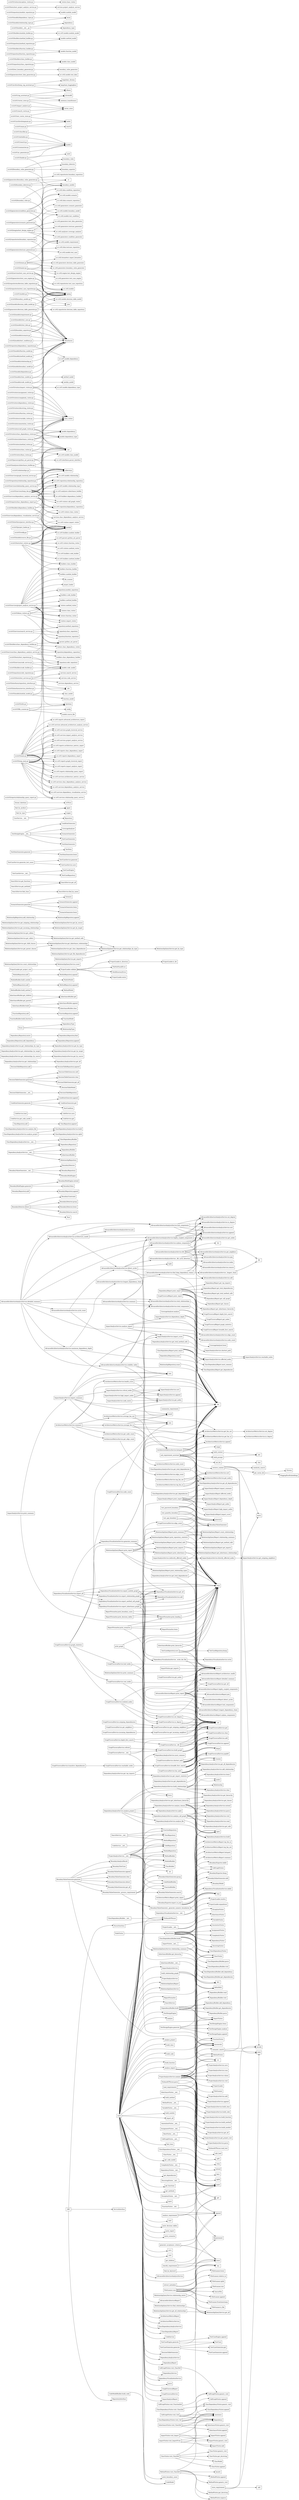
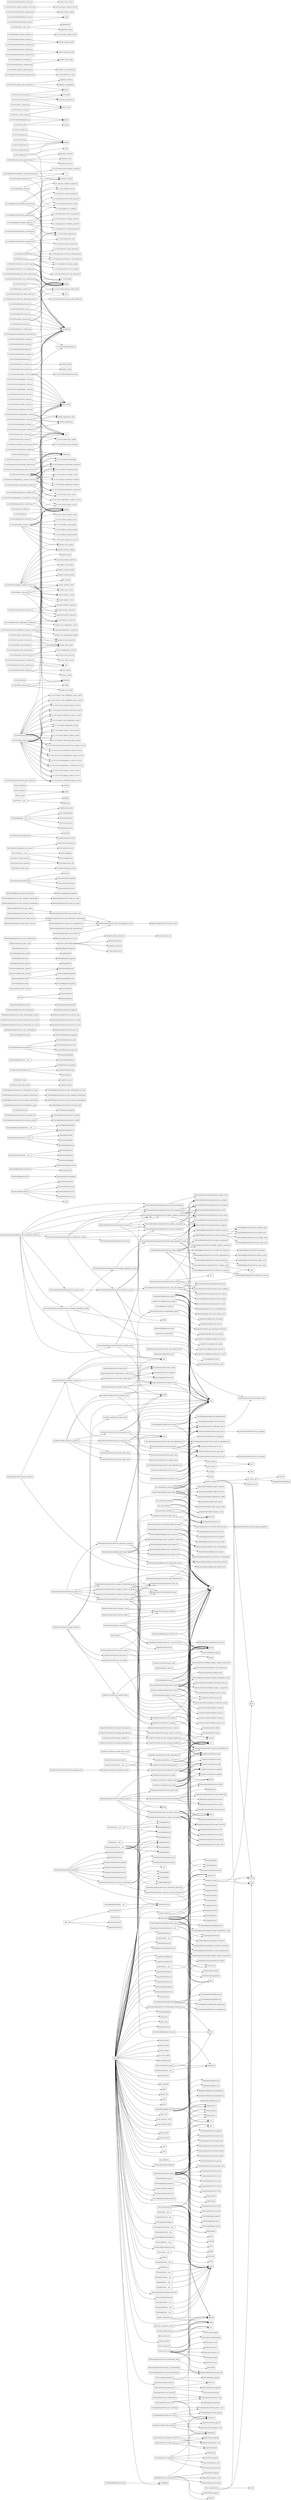
digraph "Relationship Graph" {
    rankdir=LR;
    node [shape=box];

    "ABC" -> "ParserInterface";
    "ABC" -> "RepositoryInterface";
    "ABC" -> "ServiceInterface";
    "AdvancedArchitectureAnalysisService._dfs_cycle_detection" -> "AdvancedArchitectureAnalysisService.add";
    "AdvancedArchitectureAnalysisService._dfs_cycle_detection" -> "AdvancedArchitectureAnalysisService.append";
    "AdvancedArchitectureAnalysisService._dfs_cycle_detection" -> "AdvancedArchitectureAnalysisService.get_neighbors";
    "AdvancedArchitectureAnalysisService._dfs_cycle_detection" -> "AdvancedArchitectureAnalysisService.index";
    "AdvancedArchitectureAnalysisService._dfs_cycle_detection" -> "AdvancedArchitectureAnalysisService.pop";
    "AdvancedArchitectureAnalysisService._dfs_cycle_detection" -> "AdvancedArchitectureAnalysisService.remove";
    "AdvancedArchitectureAnalysisService._longest_chain" -> "dfs";
    "AdvancedArchitectureAnalysisService.architecture_smells" -> "AdvancedArchitectureAnalysisService.append";
    "AdvancedArchitectureAnalysisService.architecture_smells" -> "AdvancedArchitectureAnalysisService.detect_cycles";
    "AdvancedArchitectureAnalysisService.architecture_smells" -> "AdvancedArchitectureAnalysisService.highly_coupled_components";
    "AdvancedArchitectureAnalysisService.architecture_smells" -> "AdvancedArchitectureAnalysisService.hub_components";
    "AdvancedArchitectureAnalysisService.architecture_smells" -> "AdvancedArchitectureAnalysisService.join";
    "AdvancedArchitectureAnalysisService.cycle_count" -> "AdvancedArchitectureAnalysisService.detect_cycles";
    "AdvancedArchitectureAnalysisService.cycle_count" -> "len";
    "AdvancedArchitectureAnalysisService.detailed_summary" -> "AdvancedArchitectureAnalysisService.architecture_smells";
    "AdvancedArchitectureAnalysisService.detailed_summary" -> "AdvancedArchitectureAnalysisService.cycle_count";
    "AdvancedArchitectureAnalysisService.detailed_summary" -> "AdvancedArchitectureAnalysisService.highly_coupled_components";
    "AdvancedArchitectureAnalysisService.detailed_summary" -> "AdvancedArchitectureAnalysisService.hub_components";
    "AdvancedArchitectureAnalysisService.detailed_summary" -> "AdvancedArchitectureAnalysisService.maximum_dependency_depth";
    "AdvancedArchitectureAnalysisService.detailed_summary" -> "AdvancedArchitectureAnalysisService.orphan_components";
    "AdvancedArchitectureAnalysisService.detailed_summary" -> "AdvancedArchitectureAnalysisService.stability_index";
    "AdvancedArchitectureAnalysisService.detailed_summary" -> "AdvancedArchitectureAnalysisService.total_components";
    "AdvancedArchitectureAnalysisService.detailed_summary" -> "AdvancedArchitectureAnalysisService.total_relationships";
    "AdvancedArchitectureAnalysisService.detailed_summary" -> "len";
    "AdvancedArchitectureAnalysisService.detect_cycles" -> "AdvancedArchitectureAnalysisService._dfs_cycle_detection";
    "AdvancedArchitectureAnalysisService.detect_cycles" -> "AdvancedArchitectureAnalysisService.add";
    "AdvancedArchitectureAnalysisService.detect_cycles" -> "AdvancedArchitectureAnalysisService.append";
    "AdvancedArchitectureAnalysisService.detect_cycles" -> "AdvancedArchitectureAnalysisService.get_nodes";
    "AdvancedArchitectureAnalysisService.detect_cycles" -> "set";
    "AdvancedArchitectureAnalysisService.detect_cycles" -> "sorted";
    "AdvancedArchitectureAnalysisService.detect_cycles" -> "tuple";
    "AdvancedArchitectureAnalysisService.dfs" -> "AdvancedArchitectureAnalysisService.append";
    "AdvancedArchitectureAnalysisService.dfs" -> "AdvancedArchitectureAnalysisService.get_neighbors";
    "AdvancedArchitectureAnalysisService.dfs" -> "AdvancedArchitectureAnalysisService.pop";
    "AdvancedArchitectureAnalysisService.dfs" -> "dfs";
    "AdvancedArchitectureAnalysisService.dfs" -> "len";
    "AdvancedArchitectureAnalysisService.dfs" -> "list";
    "AdvancedArchitectureAnalysisService.find_deep_dependency_chains" -> "AdvancedArchitectureAnalysisService._longest_chain";
    "AdvancedArchitectureAnalysisService.find_deep_dependency_chains" -> "AdvancedArchitectureAnalysisService.append";
    "AdvancedArchitectureAnalysisService.find_deep_dependency_chains" -> "AdvancedArchitectureAnalysisService.get_nodes";
    "AdvancedArchitectureAnalysisService.find_deep_dependency_chains" -> "AdvancedArchitectureAnalysisService.sort";
    "AdvancedArchitectureAnalysisService.find_deep_dependency_chains" -> "len";
    "AdvancedArchitectureAnalysisService.highly_coupled_components" -> "AdvancedArchitectureAnalysisService.append";
    "AdvancedArchitectureAnalysisService.highly_coupled_components" -> "AdvancedArchitectureAnalysisService.get_nodes";
    "AdvancedArchitectureAnalysisService.highly_coupled_components" -> "AdvancedArchitectureAnalysisService.in_degree";
    "AdvancedArchitectureAnalysisService.highly_coupled_components" -> "AdvancedArchitectureAnalysisService.out_degree";
    "AdvancedArchitectureAnalysisService.highly_coupled_components" -> "AdvancedArchitectureAnalysisService.sort";
    "AdvancedArchitectureAnalysisService.hub_components" -> "AdvancedArchitectureAnalysisService.append";
    "AdvancedArchitectureAnalysisService.hub_components" -> "AdvancedArchitectureAnalysisService.get_nodes";
    "AdvancedArchitectureAnalysisService.hub_components" -> "AdvancedArchitectureAnalysisService.in_degree";
    "AdvancedArchitectureAnalysisService.hub_components" -> "AdvancedArchitectureAnalysisService.out_degree";
    "AdvancedArchitectureAnalysisService.hub_components" -> "AdvancedArchitectureAnalysisService.sort";
    "AdvancedArchitectureAnalysisService.longest_dependency_chain" -> "AdvancedArchitectureAnalysisService.find_deep_dependency_chains";
    "AdvancedArchitectureAnalysisService.maximum_dependency_depth" -> "AdvancedArchitectureAnalysisService.longest_dependency_chain";
    "AdvancedArchitectureAnalysisService.maximum_dependency_depth" -> "len";
    "AdvancedArchitectureAnalysisService.maximum_dependency_depth" -> "max";
    "AdvancedArchitectureAnalysisService.orphan_components" -> "AdvancedArchitectureAnalysisService.append";
    "AdvancedArchitectureAnalysisService.orphan_components" -> "AdvancedArchitectureAnalysisService.get_nodes";
    "AdvancedArchitectureAnalysisService.orphan_components" -> "AdvancedArchitectureAnalysisService.in_degree";
    "AdvancedArchitectureAnalysisService.orphan_components" -> "AdvancedArchitectureAnalysisService.out_degree";
    "AdvancedArchitectureAnalysisService.orphan_components" -> "sorted";
    "AdvancedArchitectureAnalysisService.stability_index" -> "AdvancedArchitectureAnalysisService.highly_coupled_components";
    "AdvancedArchitectureAnalysisService.stability_index" -> "AdvancedArchitectureAnalysisService.total_components";
    "AdvancedArchitectureAnalysisService.stability_index" -> "len";
    "AdvancedArchitectureAnalysisService.stability_index" -> "max";
    "AdvancedArchitectureAnalysisService.stability_index" -> "round";
    "AdvancedArchitectureAnalysisService.summary" -> "AdvancedArchitectureAnalysisService.highly_coupled_components";
    "AdvancedArchitectureAnalysisService.summary" -> "AdvancedArchitectureAnalysisService.orphan_components";
    "AdvancedArchitectureAnalysisService.summary" -> "AdvancedArchitectureAnalysisService.total_components";
    "AdvancedArchitectureAnalysisService.summary" -> "AdvancedArchitectureAnalysisService.total_relationships";
    "AdvancedArchitectureAnalysisService.summary" -> "len";
    "AdvancedArchitectureAnalysisService.total_components" -> "AdvancedArchitectureAnalysisService.node_count";
    "AdvancedArchitectureAnalysisService.total_relationships" -> "AdvancedArchitectureAnalysisService.edge_count";
    "AdvancedArchitectureReport.print_report" -> "AdvancedArchitectureReport.architecture_smells";
    "AdvancedArchitectureReport.print_report" -> "AdvancedArchitectureReport.detailed_summary";
    "AdvancedArchitectureReport.print_report" -> "AdvancedArchitectureReport.detect_cycles";
    "AdvancedArchitectureReport.print_report" -> "AdvancedArchitectureReport.highly_coupled_components";
    "AdvancedArchitectureReport.print_report" -> "AdvancedArchitectureReport.hub_components";
    "AdvancedArchitectureReport.print_report" -> "AdvancedArchitectureReport.join";
    "AdvancedArchitectureReport.print_report" -> "AdvancedArchitectureReport.longest_dependency_chain";
    "AdvancedArchitectureReport.print_report" -> "AdvancedArchitectureReport.orphan_components";
    "AdvancedArchitectureReport.print_report" -> "print";
    "AnnotationVisitor.__init__" -> "super";
    "ArchitectureMetricsReport.print_report" -> "ArchitectureMetricsReport.hotspots";
    "ArchitectureMetricsReport.print_report" -> "ArchitectureMetricsReport.summary";
    "ArchitectureMetricsReport.print_report" -> "ArchitectureMetricsReport.top_fan_in";
    "ArchitectureMetricsReport.print_report" -> "ArchitectureMetricsReport.top_fan_out";
    "ArchitectureMetricsReport.print_report" -> "print";
    "ArchitectureMetricsService.average_fan_in" -> "ArchitectureMetricsService.get_fan_in";
    "ArchitectureMetricsService.average_fan_in" -> "ArchitectureMetricsService.get_nodes";
    "ArchitectureMetricsService.average_fan_in" -> "len";
    "ArchitectureMetricsService.average_fan_in" -> "round";
    "ArchitectureMetricsService.average_fan_in" -> "sum";
    "ArchitectureMetricsService.average_fan_out" -> "ArchitectureMetricsService.get_fan_out";
    "ArchitectureMetricsService.average_fan_out" -> "ArchitectureMetricsService.get_nodes";
    "ArchitectureMetricsService.average_fan_out" -> "len";
    "ArchitectureMetricsService.average_fan_out" -> "round";
    "ArchitectureMetricsService.average_fan_out" -> "sum";
    "ArchitectureMetricsService.get_edge_count" -> "ArchitectureMetricsService.edge_count";
    "ArchitectureMetricsService.get_fan_in" -> "ArchitectureMetricsService.in_degree";
    "ArchitectureMetricsService.get_fan_out" -> "ArchitectureMetricsService.out_degree";
    "ArchitectureMetricsService.get_node_count" -> "ArchitectureMetricsService.node_count";
    "ArchitectureMetricsService.health_score" -> "ArchitectureMetricsService.hotspots";
    "ArchitectureMetricsService.health_score" -> "len";
    "ArchitectureMetricsService.health_score" -> "max";
    "ArchitectureMetricsService.hotspots" -> "ArchitectureMetricsService.append";
    "ArchitectureMetricsService.hotspots" -> "ArchitectureMetricsService.get_fan_in";
    "ArchitectureMetricsService.hotspots" -> "ArchitectureMetricsService.get_fan_out";
    "ArchitectureMetricsService.hotspots" -> "ArchitectureMetricsService.get_nodes";
    "ArchitectureMetricsService.hotspots" -> "ArchitectureMetricsService.sort";
    "ArchitectureMetricsService.summary" -> "ArchitectureMetricsService.average_fan_in";
    "ArchitectureMetricsService.summary" -> "ArchitectureMetricsService.average_fan_out";
    "ArchitectureMetricsService.summary" -> "ArchitectureMetricsService.get_edge_count";
    "ArchitectureMetricsService.summary" -> "ArchitectureMetricsService.get_node_count";
    "ArchitectureMetricsService.summary" -> "ArchitectureMetricsService.health_score";
    "ArchitectureMetricsService.summary" -> "ArchitectureMetricsService.hotspots";
    "ArchitectureMetricsService.summary" -> "len";
    "ArchitectureMetricsService.top_fan_in" -> "ArchitectureMetricsService.get_fan_in";
    "ArchitectureMetricsService.top_fan_in" -> "ArchitectureMetricsService.get_nodes";
    "ArchitectureMetricsService.top_fan_in" -> "ArchitectureMetricsService.sort";
    "ArchitectureMetricsService.top_fan_out" -> "ArchitectureMetricsService.get_fan_out";
    "ArchitectureMetricsService.top_fan_out" -> "ArchitectureMetricsService.get_nodes";
    "ArchitectureMetricsService.top_fan_out" -> "ArchitectureMetricsService.sort";
    "AssignmentVisitor.__init__" -> "super";
    "BaseVisitor" -> "AnnotationVisitor";
    "BaseVisitor" -> "AssignmentVisitor";
    "BaseVisitor" -> "CallGraphVisitor";
    "BaseVisitor" -> "ClassDependencyVisitor";
    "BaseVisitor" -> "ClassVisitor";
    "BaseVisitor" -> "ComplexityVisitor";
    "BaseVisitor" -> "DependencyVisitor";
    "BaseVisitor" -> "DocstringVisitor";
    "BaseVisitor" -> "ExceptionVisitor";
    "BaseVisitor" -> "FunctionVisitor";
    "BaseVisitor" -> "ImportVisitor";
    "BaseVisitor" -> "InheritanceVisitor";
    "BaseVisitor" -> "MethodVisitor";
    "BaseVisitor" -> "VariableVisitor";
    "BaseVisitor.__init__" -> "super";
    "BoundaryDetector.detect" -> "BoundaryConstraint";
    "BoundaryDetector.detect" -> "BoundaryDetector.group";
    "BoundaryDetector.detect" -> "BoundaryDetector.lower";
    "BoundaryDetector.detect" -> "BoundaryDetector.search";
    "BoundaryDetector.detect" -> "float";
    "BoundaryExporter.export_to_json" -> "BoundaryExporter.dump";
    "BoundaryExporter.export_to_json" -> "BoundaryExporter.mkdir";
    "BoundaryExporter.export_to_json" -> "Path";
    "BoundaryExporter.export_to_json" -> "asdict";
    "BoundaryExporter.export_to_json" -> "open";
    "BoundaryExporter.export_to_json" -> "print";
    "BoundaryRepository.add" -> "BoundaryRepository.append";
    "BoundaryRuleEngine.generate" -> "BoundaryRuleEngine.extend";
    "BoundaryRuleEngine.generate" -> "BoundaryValue";
    "BoundaryValueGenerator.__init__" -> "BoundaryDetector";
    "BoundaryValueGenerator.__init__" -> "BoundaryRepository";
    "BoundaryValueGenerator.__init__" -> "BoundaryRuleEngine";
    "BoundaryValueGenerator._generate_numeric_boundaries" -> "BoundaryModel";
    "BoundaryValueGenerator._generate_numeric_boundaries" -> "BoundaryValueGenerator.add";
    "BoundaryValueGenerator._generate_numeric_boundaries" -> "str";
    "BoundaryValueGenerator._process_requirement" -> "BoundaryValueGenerator._generate_numeric_boundaries";
    "BoundaryValueGenerator._process_requirement" -> "BoundaryValueGenerator.group";
    "BoundaryValueGenerator._process_requirement" -> "BoundaryValueGenerator.search";
    "BoundaryValueGenerator._process_requirement" -> "int";
    "BoundaryValueGenerator.generate" -> "BoundaryAnalysisResult";
    "BoundaryValueGenerator.generate" -> "BoundaryTestCase";
    "BoundaryValueGenerator.generate" -> "BoundaryValueGenerator._process_requirement";
    "BoundaryValueGenerator.generate" -> "BoundaryValueGenerator.append";
    "BoundaryValueGenerator.generate" -> "BoundaryValueGenerator.clear";
    "BoundaryValueGenerator.generate" -> "BoundaryValueGenerator.detect";
    "BoundaryValueGenerator.generate" -> "BoundaryValueGenerator.get_all";
    "BoundaryValueGenerator.generate" -> "enumerate";
    "CallGraphVisitor.__init__" -> "super";
    "CallGraphVisitor.visit_Call" -> "CallGraphVisitor.append";
    "CallGraphVisitor.visit_Call" -> "CallGraphVisitor.generic_visit";
    "CallGraphVisitor.visit_Call" -> "Dependency";
    "CallGraphVisitor.visit_Call" -> "isinstance";
    "CallGraphVisitor.visit_ClassDef" -> "CallGraphVisitor.generic_visit";
    "CallGraphVisitor.visit_FunctionDef" -> "CallGraphVisitor.generic_visit";
    "ClassDependencyAnalysisService.__init__" -> "ClassDependencyBuilder";
    "ClassDependencyAnalysisService.__init__" -> "DependencyRepository";
    "ClassDependencyAnalysisService.analyze_file" -> "ClassDependencyAnalysisService.build";
    "ClassDependencyAnalysisService.analyze_project" -> "ClassDependencyAnalysisService.build";
    "ClassDependencyAnalysisService.analyze_project" -> "ClassDependencyAnalysisService.rglob";
    "ClassDependencyAnalysisService.get_dependencies" -> "ClassDependencyAnalysisService.get_all_dependencies";
    "ClassDependencyAnalysisService.get_total_dependencies" -> "ClassDependencyAnalysisService.get_all_dependencies";
    "ClassDependencyAnalysisService.get_total_dependencies" -> "len";
    "ClassDependencyBuilder.__init__" -> "PythonASTParser";
    "ClassDependencyBuilder.build" -> "ClassDependencyBuilder.add_dependency";
    "ClassDependencyBuilder.build" -> "ClassDependencyBuilder.get_dependencies";
    "ClassDependencyBuilder.build" -> "ClassDependencyBuilder.parse";
    "ClassDependencyBuilder.build" -> "ClassDependencyBuilder.visit";
    "ClassDependencyBuilder.build" -> "ClassDependencyVisitor";
    "ClassDependencyReport.print_report" -> "ClassDependencyReport.get_dependencies";
    "ClassDependencyReport.print_report" -> "ClassDependencyReport.most_common";
    "ClassDependencyReport.print_report" -> "Counter";
    "ClassDependencyReport.print_report" -> "len";
    "ClassDependencyReport.print_report" -> "print";
    "ClassDependencyVisitor.__init__" -> "super";
    "ClassDependencyVisitor.visit_Call" -> "ClassDependencyVisitor.append";
    "ClassDependencyVisitor.visit_Call" -> "ClassDependencyVisitor.generic_visit";
    "ClassDependencyVisitor.visit_Call" -> "Dependency";
    "ClassDependencyVisitor.visit_Call" -> "isinstance";
    "ClassDependencyVisitor.visit_ClassDef" -> "ClassDependencyVisitor.generic_visit";
    "ClassRepository.add" -> "ClassRepository.append";
    "ClassVisitor.__init__" -> "super";
    "ClassVisitor.visit_ClassDef" -> "ClassModel";
    "ClassVisitor.visit_ClassDef" -> "ClassVisitor.append";
    "ClassVisitor.visit_ClassDef" -> "ClassVisitor.generic_visit";
    "ClassVisitor.visit_ClassDef" -> "ClassVisitor.get_docstring";
    "ClassVisitor.visit_ClassDef" -> "isinstance";
+     "CodeIntelligenceQueryReport.print_report" -> "CodeIntelligenceQueryReport.architecture_hotspots";
+     "CodeIntelligenceQueryReport.print_report" -> "CodeIntelligenceQueryReport.circular_dependencies";
+     "CodeIntelligenceQueryReport.print_report" -> "CodeIntelligenceQueryReport.highly_coupled_components";
+     "CodeIntelligenceQueryReport.print_report" -> "CodeIntelligenceQueryReport.join";
+     "CodeIntelligenceQueryReport.print_report" -> "CodeIntelligenceQueryReport.longest_dependency_chain";
+     "CodeIntelligenceQueryReport.print_report" -> "CodeIntelligenceQueryReport.summary";
+     "CodeIntelligenceQueryReport.print_report" -> "print";
+     "CodeIntelligenceQueryService.architecture_hotspots" -> "CodeIntelligenceQueryService.hotspots";
+     "CodeIntelligenceQueryService.architecture_summary" -> "CodeIntelligenceQueryService.detailed_summary";
+     "CodeIntelligenceQueryService.circular_dependencies" -> "CodeIntelligenceQueryService.detect_cycles";
+     "CodeIntelligenceQueryService.dependency_path" -> "CodeIntelligenceQueryService.shortest_path";
+     "CodeIntelligenceQueryService.graph_statistics" -> "CodeIntelligenceQueryService.edge_count";
+     "CodeIntelligenceQueryService.graph_statistics" -> "CodeIntelligenceQueryService.node_count";
+     "CodeIntelligenceQueryService.health_summary" -> "CodeIntelligenceQueryService.health_score";
+     "CodeIntelligenceQueryService.health_summary" -> "CodeIntelligenceQueryService.stability_index";
+     "CodeIntelligenceQueryService.incoming_relationships" -> "CodeIntelligenceQueryService.get_incoming_relationships";
+     "CodeIntelligenceQueryService.outgoing_relationships" -> "CodeIntelligenceQueryService.get_outgoing_relationships";
+     "CodeIntelligenceQueryService.project_summary" -> "CodeIntelligenceQueryService.get_edge_count";
+     "CodeIntelligenceQueryService.project_summary" -> "CodeIntelligenceQueryService.get_node_count";
+     "CodeIntelligenceQueryService.project_summary" -> "CodeIntelligenceQueryService.health_score";
+     "CodeIntelligenceQueryService.project_summary" -> "CodeIntelligenceQueryService.stability_index";
+     "CodeIntelligenceQueryService.relationships_by_type" -> "CodeIntelligenceQueryService.get_relationships_by_type";
+     "CodeIntelligenceQueryService.search_component" -> "CodeIntelligenceQueryService.append";
+     "CodeIntelligenceQueryService.search_component" -> "CodeIntelligenceQueryService.get_nodes";
+     "CodeIntelligenceQueryService.search_component" -> "CodeIntelligenceQueryService.lower";
+     "CodeIntelligenceQueryService.search_component" -> "sorted";
+     "CodeIntelligenceQueryService.summary" -> "CodeIntelligenceQueryService.architecture_hotspots";
+     "CodeIntelligenceQueryService.summary" -> "CodeIntelligenceQueryService.architecture_summary";
+     "CodeIntelligenceQueryService.summary" -> "CodeIntelligenceQueryService.circular_dependencies";
+     "CodeIntelligenceQueryService.summary" -> "CodeIntelligenceQueryService.graph_statistics";
+     "CodeIntelligenceQueryService.summary" -> "CodeIntelligenceQueryService.health_summary";
+     "CodeIntelligenceQueryService.summary" -> "CodeIntelligenceQueryService.highly_coupled_components";
+     "CodeIntelligenceQueryService.summary" -> "CodeIntelligenceQueryService.orphan_components";
+     "CodeIntelligenceQueryService.summary" -> "CodeIntelligenceQueryService.project_summary";
+     "CodeIntelligenceQueryService.summary" -> "len";
    "CodeModelBuilder.build_code" -> "CodeModel";
    "CodeService.__init__" -> "CodeRepository";
    "CodeService.get_code_model" -> "CodeService.get";
    "CodeService.load" -> "CodeService.save";
    "ComplexityVisitor.__init__" -> "super";
    "ConditionGenerator.generate" -> "ConditionGenerator.append";
    "ConditionGenerator.generate" -> "ConditionGenerator.get";
    "ConditionGenerator.generate" -> "TestCondition";
    "CoverageAnalyzer.analyze" -> "CoverageAnalyzer.lower";
    "CoverageAnalyzer.analyze" -> "len";
    "DecisionTableGenerator.__init__" -> "DecisionTableRepository";
    "DecisionTableGenerator.generate" -> "DecisionTableGenerator.add";
    "DecisionTableGenerator.generate" -> "DecisionTableGenerator.clear";
    "DecisionTableGenerator.generate" -> "DecisionTableGenerator.get_all";
    "DecisionTableGenerator.generate" -> "DecisionTableModel";
    "DecisionTableRepository.add" -> "DecisionTableRepository.append";
    "DependencyAnalysisService.__init__" -> "DependencyBuilder";
    "DependencyAnalysisService.__init__" -> "DependencyRepository";
    "DependencyAnalysisService.__init__" -> "InheritanceBuilder";
    "DependencyAnalysisService.__init__" -> "RelationshipRepository";
    "DependencyAnalysisService.analyze_call_graph" -> "CallGraphVisitor";
    "DependencyAnalysisService.analyze_call_graph" -> "DependencyAnalysisService.extend";
    "DependencyAnalysisService.analyze_call_graph" -> "DependencyAnalysisService.get_calls";
    "DependencyAnalysisService.analyze_call_graph" -> "DependencyAnalysisService.parse";
    "DependencyAnalysisService.analyze_call_graph" -> "DependencyAnalysisService.read";
    "DependencyAnalysisService.analyze_call_graph" -> "DependencyAnalysisService.visit";
    "DependencyAnalysisService.analyze_call_graph" -> "open";
    "DependencyAnalysisService.analyze_classes" -> "ClassVisitor";
    "DependencyAnalysisService.analyze_classes" -> "DependencyAnalysisService.extend";
    "DependencyAnalysisService.analyze_classes" -> "DependencyAnalysisService.get_classes";
    "DependencyAnalysisService.analyze_classes" -> "DependencyAnalysisService.parse";
    "DependencyAnalysisService.analyze_classes" -> "DependencyAnalysisService.read";
    "DependencyAnalysisService.analyze_classes" -> "DependencyAnalysisService.visit";
    "DependencyAnalysisService.analyze_classes" -> "open";
    "DependencyAnalysisService.analyze_file" -> "DependencyAnalysisService.build";
    "DependencyAnalysisService.analyze_project" -> "DependencyAnalysisService.analyze_call_graph";
    "DependencyAnalysisService.analyze_project" -> "DependencyAnalysisService.analyze_classes";
    "DependencyAnalysisService.analyze_project" -> "DependencyAnalysisService.analyze_file";
    "DependencyAnalysisService.analyze_project" -> "DependencyAnalysisService.build";
    "DependencyAnalysisService.analyze_project" -> "DependencyAnalysisService.build_relationships";
    "DependencyAnalysisService.analyze_project" -> "DependencyAnalysisService.clear";
    "DependencyAnalysisService.analyze_project" -> "DependencyAnalysisService.rglob";
    "DependencyAnalysisService.build_relationships" -> "DependencyAnalysisService.add_relationship";
    "DependencyAnalysisService.build_relationships" -> "DependencyAnalysisService.clear";
    "DependencyAnalysisService.build_relationships" -> "DependencyAnalysisService.get_all_dependencies";
    "DependencyAnalysisService.build_relationships" -> "DependencyAnalysisService.get_hierarchy";
    "DependencyAnalysisService.build_relationships" -> "DependencyAnalysisService.items";
    "DependencyAnalysisService.build_relationships" -> "Relationship";
    "DependencyAnalysisService.get_dependencies" -> "DependencyAnalysisService.get_all_dependencies";
    "DependencyAnalysisService.get_import_statistics" -> "Counter";
    "DependencyAnalysisService.get_import_statistics" -> "DependencyAnalysisService.get_all_dependencies";
    "DependencyAnalysisService.get_inheritance_hierarchy" -> "DependencyAnalysisService.get_hierarchy";
    "DependencyAnalysisService.get_relationships" -> "DependencyAnalysisService.get_all";
    "DependencyAnalysisService.get_relationships_by_source" -> "DependencyAnalysisService.get_by_source";
    "DependencyAnalysisService.get_relationships_by_target" -> "DependencyAnalysisService.get_by_target";
    "DependencyAnalysisService.get_relationships_by_type" -> "DependencyAnalysisService.get_by_type";
    "DependencyAnalysisService.get_top_imports" -> "DependencyAnalysisService.get_import_statistics";
    "DependencyAnalysisService.get_top_imports" -> "DependencyAnalysisService.most_common";
    "DependencyAnalysisService.get_total_dependencies" -> "DependencyAnalysisService.get_all_dependencies";
    "DependencyAnalysisService.get_total_dependencies" -> "len";
    "DependencyAnalysisService.get_total_method_calls" -> "len";
    "DependencyBuilder.build" -> "DependencyBuilder.add_dependency";
    "DependencyBuilder.build" -> "DependencyBuilder.get_dependencies";
    "DependencyBuilder.build" -> "DependencyBuilder.parse";
    "DependencyBuilder.build" -> "DependencyBuilder.read";
    "DependencyBuilder.build" -> "DependencyBuilder.visit";
    "DependencyBuilder.build" -> "ImportVisitor";
    "DependencyBuilder.build" -> "open";
    "DependencyBuilder.build" -> "str";
    "DependencyReport.print_report" -> "DependencyReport.get_call_graph";
    "DependencyReport.print_report" -> "DependencyReport.get_classes";
    "DependencyReport.print_report" -> "DependencyReport.get_inheritance_hierarchy";
    "DependencyReport.print_report" -> "DependencyReport.get_top_imports";
    "DependencyReport.print_report" -> "DependencyReport.get_total_dependencies";
    "DependencyReport.print_report" -> "DependencyReport.get_total_method_calls";
    "DependencyReport.print_report" -> "len";
    "DependencyReport.print_report" -> "print";
    "DependencyReport.print_report" -> "sorted";
    "DependencyRepository.add_dependency" -> "DependencyRepository.append";
    "DependencyRepository.count" -> "len";
    "DependencyRepository.exists" -> "DependencyRepository.find";
    "DependencyVisitor.__init__" -> "super";
    "DependencyVisualizationService.__init__" -> "DependencyVisualizationService.mkdir";
    "DependencyVisualizationService.__init__" -> "Path";
    "DependencyVisualizationService._write_dot_file" -> "DependencyVisualizationService.write";
    "DependencyVisualizationService._write_dot_file" -> "open";
    "DependencyVisualizationService._write_dot_file" -> "sorted";
    "DependencyVisualizationService.export_all" -> "DependencyVisualizationService.export_inheritance_graph";
    "DependencyVisualizationService.export_all" -> "DependencyVisualizationService.export_method_call_graph";
    "DependencyVisualizationService.export_all" -> "DependencyVisualizationService.export_module_graph";
    "DependencyVisualizationService.export_all" -> "DependencyVisualizationService.export_relationship_graph";
    "DependencyVisualizationService.export_all" -> "DependencyVisualizationService.generate_summary";
    "DependencyVisualizationService.export_all" -> "print";
    "DependencyVisualizationService.export_inheritance_graph" -> "DependencyVisualizationService._write_dot_file";
    "DependencyVisualizationService.export_inheritance_graph" -> "DependencyVisualizationService.add";
    "DependencyVisualizationService.export_inheritance_graph" -> "DependencyVisualizationService.get_all";
    "DependencyVisualizationService.export_inheritance_graph" -> "print";
    "DependencyVisualizationService.export_inheritance_graph" -> "set";
    "DependencyVisualizationService.export_method_call_graph" -> "DependencyVisualizationService._write_dot_file";
    "DependencyVisualizationService.export_method_call_graph" -> "DependencyVisualizationService.add";
    "DependencyVisualizationService.export_method_call_graph" -> "DependencyVisualizationService.get_all";
    "DependencyVisualizationService.export_method_call_graph" -> "print";
    "DependencyVisualizationService.export_method_call_graph" -> "set";
    "DependencyVisualizationService.export_module_graph" -> "DependencyVisualizationService._write_dot_file";
    "DependencyVisualizationService.export_module_graph" -> "DependencyVisualizationService.add";
    "DependencyVisualizationService.export_module_graph" -> "DependencyVisualizationService.get_all";
    "DependencyVisualizationService.export_module_graph" -> "print";
    "DependencyVisualizationService.export_module_graph" -> "set";
    "DependencyVisualizationService.export_relationship_graph" -> "DependencyVisualizationService._write_dot_file";
    "DependencyVisualizationService.export_relationship_graph" -> "DependencyVisualizationService.add";
    "DependencyVisualizationService.export_relationship_graph" -> "DependencyVisualizationService.get_all";
    "DependencyVisualizationService.export_relationship_graph" -> "print";
    "DependencyVisualizationService.export_relationship_graph" -> "set";
    "DependencyVisualizationService.generate_summary" -> "DependencyVisualizationService.get_all";
    "DependencyVisualizationService.generate_summary" -> "len";
    "DependencyVisualizationService.generate_summary" -> "print";
    "DependencyVisualizationService.generate_summary" -> "sum";
    "DocstringVisitor.__init__" -> "super";
    "Enum" -> "DependencyType";
    "Enum" -> "RelationshipType";
    "ExceptionVisitor.__init__" -> "super";
    "FileScanner.scan" -> "FileScanner.append";
    "FileScanner.scan" -> "FileScanner.fromtimestamp";
    "FileScanner.scan" -> "FileScanner.is_file";
    "FileScanner.scan" -> "FileScanner.lower";
    "FileScanner.scan" -> "FileScanner.relative_to";
    "FileScanner.scan" -> "FileScanner.rglob";
    "FileScanner.scan" -> "FileScanner.stat";
    "FileScanner.scan" -> "SourceFile";
    "FileScanner.scan" -> "any";
    "FunctionBuilder.build_function" -> "FunctionModel";
    "FunctionRepository.add" -> "FunctionRepository.append";
    "FunctionVisitor.__init__" -> "super";
    "GraphTraversalReport.print_report" -> "GraphTraversalReport.breadth_first_search";
    "GraphTraversalReport.print_report" -> "GraphTraversalReport.depth_first_search";
    "GraphTraversalReport.print_report" -> "GraphTraversalReport.get_nodes";
    "GraphTraversalReport.print_report" -> "GraphTraversalReport.graph_statistics";
    "GraphTraversalReport.print_report" -> "len";
    "GraphTraversalReport.print_report" -> "print";
    "GraphTraversalService.__init__" -> "GraphTraversalService.build_graph";
    "GraphTraversalService.__init__" -> "defaultdict";
    "GraphTraversalService.__init__" -> "set";
    "GraphTraversalService._dfs" -> "GraphTraversalService.add";
    "GraphTraversalService._dfs" -> "GraphTraversalService.append";
    "GraphTraversalService._dfs" -> "GraphTraversalService.get";
    "GraphTraversalService._dfs" -> "set";
    "GraphTraversalService._dfs" -> "sorted";
    "GraphTraversalService.breadth_first_search" -> "GraphTraversalService.add";
    "GraphTraversalService.breadth_first_search" -> "GraphTraversalService.append";
    "GraphTraversalService.breadth_first_search" -> "GraphTraversalService.get";
    "GraphTraversalService.breadth_first_search" -> "GraphTraversalService.popleft";
    "GraphTraversalService.breadth_first_search" -> "deque";
    "GraphTraversalService.breadth_first_search" -> "set";
    "GraphTraversalService.breadth_first_search" -> "sorted";
    "GraphTraversalService.build_graph" -> "GraphTraversalService.add";
    "GraphTraversalService.build_graph" -> "GraphTraversalService.clear";
    "GraphTraversalService.build_graph" -> "GraphTraversalService.get_all";
    "GraphTraversalService.depth_first_search" -> "GraphTraversalService._dfs";
    "GraphTraversalService.depth_first_search" -> "set";
    "GraphTraversalService.edge_count" -> "GraphTraversalService.get_all";
    "GraphTraversalService.edge_count" -> "len";
    "GraphTraversalService.get_incoming_neighbors" -> "GraphTraversalService.get";
    "GraphTraversalService.get_incoming_neighbors" -> "set";
    "GraphTraversalService.get_incoming_neighbors" -> "sorted";
    "GraphTraversalService.get_neighbors" -> "GraphTraversalService.get_outgoing_neighbors";
    "GraphTraversalService.get_nodes" -> "sorted";
    "GraphTraversalService.get_outgoing_neighbors" -> "GraphTraversalService.get";
    "GraphTraversalService.get_outgoing_neighbors" -> "set";
    "GraphTraversalService.get_outgoing_neighbors" -> "sorted";
    "GraphTraversalService.graph_statistics" -> "GraphTraversalService.edge_count";
    "GraphTraversalService.graph_statistics" -> "GraphTraversalService.isolated_nodes";
    "GraphTraversalService.graph_statistics" -> "GraphTraversalService.leaf_nodes";
    "GraphTraversalService.graph_statistics" -> "GraphTraversalService.node_count";
    "GraphTraversalService.graph_statistics" -> "GraphTraversalService.root_nodes";
    "GraphTraversalService.graph_statistics" -> "len";
    "GraphTraversalService.has_path" -> "GraphTraversalService.add";
    "GraphTraversalService.has_path" -> "GraphTraversalService.append";
    "GraphTraversalService.has_path" -> "GraphTraversalService.get";
    "GraphTraversalService.has_path" -> "GraphTraversalService.popleft";
    "GraphTraversalService.has_path" -> "deque";
    "GraphTraversalService.has_path" -> "set";
    "GraphTraversalService.in_degree" -> "GraphTraversalService.get";
    "GraphTraversalService.in_degree" -> "len";
    "GraphTraversalService.in_degree" -> "set";
    "GraphTraversalService.incoming_dependencies" -> "GraphTraversalService.get_incoming_neighbors";
    "GraphTraversalService.isolated_nodes" -> "GraphTraversalService.in_degree";
    "GraphTraversalService.isolated_nodes" -> "GraphTraversalService.out_degree";
    "GraphTraversalService.isolated_nodes" -> "sorted";
    "GraphTraversalService.leaf_nodes" -> "GraphTraversalService.out_degree";
    "GraphTraversalService.leaf_nodes" -> "sorted";
    "GraphTraversalService.node_count" -> "len";
    "GraphTraversalService.out_degree" -> "GraphTraversalService.get";
    "GraphTraversalService.out_degree" -> "len";
    "GraphTraversalService.out_degree" -> "set";
    "GraphTraversalService.outgoing_dependencies" -> "GraphTraversalService.get_outgoing_neighbors";
    "GraphTraversalService.reachable_nodes" -> "GraphTraversalService.breadth_first_search";
    "GraphTraversalService.refresh" -> "GraphTraversalService.build_graph";
    "GraphTraversalService.root_nodes" -> "GraphTraversalService.in_degree";
    "GraphTraversalService.root_nodes" -> "sorted";
    "GraphTraversalService.shortest_path" -> "GraphTraversalService.add";
    "GraphTraversalService.shortest_path" -> "GraphTraversalService.append";
    "GraphTraversalService.shortest_path" -> "GraphTraversalService.get";
    "GraphTraversalService.shortest_path" -> "GraphTraversalService.popleft";
    "GraphTraversalService.shortest_path" -> "deque";
    "GraphTraversalService.shortest_path" -> "set";
    "GraphTraversalService.shortest_path" -> "sorted";
    "GraphTraversalService.transitive_dependencies" -> "GraphTraversalService.reachable_nodes";
    "ImpactAnalysisReport.print_report" -> "ImpactAnalysisReport.affected_nodes";
    "ImpactAnalysisReport.print_report" -> "ImpactAnalysisReport.dependency_depth";
    "ImpactAnalysisReport.print_report" -> "ImpactAnalysisReport.get_nodes";
    "ImpactAnalysisReport.print_report" -> "ImpactAnalysisReport.high_impact_nodes";
    "ImpactAnalysisReport.print_report" -> "ImpactAnalysisReport.impact_score";
    "ImpactAnalysisReport.print_report" -> "ImpactAnalysisReport.impact_summary";
    "ImpactAnalysisReport.print_report" -> "len";
    "ImpactAnalysisReport.print_report" -> "print";
    "ImpactAnalysisService.affected_nodes" -> "ImpactAnalysisService.reachable_nodes";
    "ImpactAnalysisService.analyze_impact" -> "ImpactAnalysisService.affected_nodes";
    "ImpactAnalysisService.analyze_impact" -> "ImpactAnalysisService.dependency_depth";
    "ImpactAnalysisService.analyze_impact" -> "ImpactAnalysisService.impact_score";
    "ImpactAnalysisService.analyze_impact" -> "len";
    "ImpactAnalysisService.critical_nodes" -> "ImpactAnalysisService.append";
    "ImpactAnalysisService.critical_nodes" -> "ImpactAnalysisService.get_nodes";
    "ImpactAnalysisService.critical_nodes" -> "ImpactAnalysisService.impact_score";
    "ImpactAnalysisService.critical_nodes" -> "ImpactAnalysisService.sort";
    "ImpactAnalysisService.dependency_depth" -> "ImpactAnalysisService.reachable_nodes";
    "ImpactAnalysisService.dependency_depth" -> "ImpactAnalysisService.shortest_path";
    "ImpactAnalysisService.dependency_depth" -> "len";
    "ImpactAnalysisService.directly_affected_nodes" -> "ImpactAnalysisService.get_outgoing_neighbors";
    "ImpactAnalysisService.high_impact_nodes" -> "ImpactAnalysisService.append";
    "ImpactAnalysisService.high_impact_nodes" -> "ImpactAnalysisService.get_nodes";
    "ImpactAnalysisService.high_impact_nodes" -> "ImpactAnalysisService.impact_score";
    "ImpactAnalysisService.high_impact_nodes" -> "ImpactAnalysisService.sort";
    "ImpactAnalysisService.impact_score" -> "ImpactAnalysisService.affected_nodes";
    "ImpactAnalysisService.impact_score" -> "len";
    "ImpactAnalysisService.impact_summary" -> "ImpactAnalysisService.critical_nodes";
    "ImpactAnalysisService.impact_summary" -> "ImpactAnalysisService.get_nodes";
    "ImpactAnalysisService.impact_summary" -> "ImpactAnalysisService.impact_score";
    "ImpactAnalysisService.impact_summary" -> "len";
    "ImpactAnalysisService.impact_summary" -> "max";
    "ImpactAnalysisService.impact_summary" -> "round";
    "ImpactAnalysisService.impact_summary" -> "sum";
    "ImpactAnalysisService.indirectly_affected_nodes" -> "ImpactAnalysisService.affected_nodes";
    "ImpactAnalysisService.indirectly_affected_nodes" -> "ImpactAnalysisService.directly_affected_nodes";
    "ImpactAnalysisService.indirectly_affected_nodes" -> "set";
    "ImpactAnalysisService.indirectly_affected_nodes" -> "sorted";
    "ImpactAnalysisService.node_exists" -> "ImpactAnalysisService.get_nodes";
    "ImpactAnalysisService.print_summary" -> "ImpactAnalysisService.impact_summary";
    "ImpactAnalysisService.print_summary" -> "print";
    "ImportVisitor.__init__" -> "set";
    "ImportVisitor.__init__" -> "super";
    "ImportVisitor.get_imports" -> "sorted";
    "ImportVisitor.visit_Import" -> "Dependency";
    "ImportVisitor.visit_Import" -> "ImportVisitor.add";
    "ImportVisitor.visit_Import" -> "ImportVisitor.append";
    "ImportVisitor.visit_Import" -> "ImportVisitor.generic_visit";
    "ImportVisitor.visit_ImportFrom" -> "Dependency";
    "ImportVisitor.visit_ImportFrom" -> "ImportVisitor.add";
    "ImportVisitor.visit_ImportFrom" -> "ImportVisitor.append";
    "ImportVisitor.visit_ImportFrom" -> "ImportVisitor.generic_visit";
    "InheritanceBuilder.__init__" -> "defaultdict";
    "InheritanceBuilder.build" -> "InheritanceBuilder.append";
    "InheritanceBuilder.build" -> "InheritanceBuilder.clear";
    "InheritanceBuilder.get_children" -> "InheritanceBuilder.get";
    "InheritanceBuilder.get_hierarchy" -> "dict";
    "InheritanceBuilder.get_parents" -> "InheritanceBuilder.get";
    "InheritanceBuilder.print_hierarchy" -> "print";
    "InheritanceBuilder.print_hierarchy" -> "sorted";
    "InheritanceVisitor.__init__" -> "super";
    "InheritanceVisitor.visit_ClassDef" -> "Dependency";
    "InheritanceVisitor.visit_ClassDef" -> "InheritanceVisitor.append";
    "InheritanceVisitor.visit_ClassDef" -> "InheritanceVisitor.generic_visit";
    "InheritanceVisitor.visit_ClassDef" -> "isinstance";
    "MethodBuilder.build_method" -> "MethodModel";
    "MethodRepository.add" -> "MethodRepository.append";
    "MethodVisitor.__init__" -> "super";
    "MethodVisitor.visit_ClassDef" -> "MethodVisitor.append";
    "MethodVisitor.visit_ClassDef" -> "MethodVisitor.generic_visit";
    "MethodVisitor.visit_ClassDef" -> "MethodVisitor.get_docstring";
    "MethodVisitor.visit_ClassDef" -> "MethodVisitor.unparse";
    "MethodVisitor.visit_ClassDef" -> "hasattr";
    "MethodVisitor.visit_ClassDef" -> "isinstance";
    "ModuleBuilder.build_module" -> "ModuleModel";
    "ModuleRepository.add" -> "ModuleRepository.append";
    "NodeVisitor" -> "BaseVisitor";
    "ParserInterface" -> "PythonASTParser";
    "ProjectAnalysisService.__init__" -> "ClassBuilder";
    "ProjectAnalysisService.__init__" -> "ClassRepository";
    "ProjectAnalysisService.__init__" -> "CodeModelBuilder";
    "ProjectAnalysisService.__init__" -> "CodeRepository";
    "ProjectAnalysisService.__init__" -> "FunctionBuilder";
    "ProjectAnalysisService.__init__" -> "FunctionRepository";
    "ProjectAnalysisService.__init__" -> "MethodBuilder";
    "ProjectAnalysisService.__init__" -> "MethodRepository";
    "ProjectAnalysisService.__init__" -> "ModuleBuilder";
    "ProjectAnalysisService.__init__" -> "ModuleRepository";
    "ProjectAnalysisService.__init__" -> "PythonASTParser";
    "ProjectAnalysisService.analyze" -> "ClassVisitor";
    "ProjectAnalysisService.analyze" -> "FileScanner";
    "ProjectAnalysisService.analyze" -> "FunctionVisitor";
    "ProjectAnalysisService.analyze" -> "ImportVisitor";
    "ProjectAnalysisService.analyze" -> "MethodVisitor";
    "ProjectAnalysisService.analyze" -> "ProjectAnalysisService.add";
    "ProjectAnalysisService.analyze" -> "ProjectAnalysisService.append";
    "ProjectAnalysisService.analyze" -> "ProjectAnalysisService.build_class";
    "ProjectAnalysisService.analyze" -> "ProjectAnalysisService.build_code";
    "ProjectAnalysisService.analyze" -> "ProjectAnalysisService.build_function";
    "ProjectAnalysisService.analyze" -> "ProjectAnalysisService.build_method";
    "ProjectAnalysisService.analyze" -> "ProjectAnalysisService.build_module";
    "ProjectAnalysisService.analyze" -> "ProjectAnalysisService.get_all";
    "ProjectAnalysisService.analyze" -> "ProjectAnalysisService.get_project_root";
    "ProjectAnalysisService.analyze" -> "ProjectAnalysisService.parse";
    "ProjectAnalysisService.analyze" -> "ProjectAnalysisService.save";
    "ProjectAnalysisService.analyze" -> "ProjectAnalysisService.scan";
    "ProjectAnalysisService.analyze" -> "ProjectAnalysisService.values";
    "ProjectAnalysisService.analyze" -> "ProjectAnalysisService.visit";
    "ProjectAnalysisService.analyze" -> "ProjectLoader";
    "ProjectAnalysisService.analyze" -> "str";
    "ProjectLoader.__init__" -> "Path";
    "ProjectLoader.__init__" -> "ProjectLoader.expanduser";
    "ProjectLoader.__init__" -> "ProjectLoader.resolve";
    "ProjectLoader.get_project_root" -> "ProjectLoader.validate";
    "ProjectLoader.is_directory" -> "ProjectLoader.is_dir";
    "ProjectLoader.validate" -> "FileNotFoundError";
    "ProjectLoader.validate" -> "NotADirectoryError";
    "ProjectLoader.validate" -> "ProjectLoader.exists";
    "ProjectLoader.validate" -> "ProjectLoader.is_directory";
    "PythonASTParser.parse" -> "PythonASTParser.read_text";
    "PythonASTParser.parse" -> "str";
    "RelationshipQueryReport.print_imports" -> "RelationshipQueryReport.get_imports";
    "RelationshipQueryReport.print_imports" -> "print";
    "RelationshipQueryReport.print_inheritance" -> "RelationshipQueryReport.get_inheritance_relationships";
    "RelationshipQueryReport.print_inheritance" -> "print";
    "RelationshipQueryReport.print_method_calls" -> "RelationshipQueryReport.get_method_calls";
    "RelationshipQueryReport.print_method_calls" -> "print";
    "RelationshipQueryReport.print_relationship_types" -> "RelationshipQueryReport.relationship_summary";
    "RelationshipQueryReport.print_relationship_types" -> "print";
    "RelationshipQueryReport.print_relationship_types" -> "sorted";
    "RelationshipQueryReport.print_report" -> "RelationshipQueryReport.print_imports";
    "RelationshipQueryReport.print_report" -> "RelationshipQueryReport.print_inheritance";
    "RelationshipQueryReport.print_report" -> "RelationshipQueryReport.print_method_calls";
    "RelationshipQueryReport.print_report" -> "RelationshipQueryReport.print_relationship_types";
    "RelationshipQueryReport.print_report" -> "RelationshipQueryReport.print_repository_statistics";
    "RelationshipQueryReport.print_report" -> "RelationshipQueryReport.print_summary";
    "RelationshipQueryReport.print_report" -> "print";
    "RelationshipQueryReport.print_repository_statistics" -> "RelationshipQueryReport.count_relationships";
    "RelationshipQueryReport.print_repository_statistics" -> "print";
    "RelationshipQueryReport.print_summary" -> "RelationshipQueryReport.count_relationships";
    "RelationshipQueryReport.print_summary" -> "RelationshipQueryReport.relationship_summary";
    "RelationshipQueryReport.print_summary" -> "len";
    "RelationshipQueryReport.print_summary" -> "print";
    "RelationshipQueryService.count_relationships" -> "RelationshipQueryService.count";
    "RelationshipQueryService.find_relationships" -> "RelationshipQueryService.get_all";
    "RelationshipQueryService.get_all_relationships" -> "RelationshipQueryService.get_all";
    "RelationshipQueryService.get_callees" -> "RelationshipQueryService.get_method_calls";
    "RelationshipQueryService.get_callers" -> "RelationshipQueryService.get_method_calls";
    "RelationshipQueryService.get_child_classes" -> "RelationshipQueryService.get_inheritance_relationships";
    "RelationshipQueryService.get_class_dependencies" -> "RelationshipQueryService.get_relationships_by_type";
    "RelationshipQueryService.get_file_dependencies" -> "RelationshipQueryService.get_relationships_by_type";
    "RelationshipQueryService.get_imports" -> "RelationshipQueryService.get_relationships_by_type";
    "RelationshipQueryService.get_incoming_relationships" -> "RelationshipQueryService.get_by_target";
    "RelationshipQueryService.get_inheritance_relationships" -> "RelationshipQueryService.get_relationships_by_type";
    "RelationshipQueryService.get_method_calls" -> "RelationshipQueryService.get_relationships_by_type";
    "RelationshipQueryService.get_outgoing_relationships" -> "RelationshipQueryService.get_by_source";
    "RelationshipQueryService.get_parent_classes" -> "RelationshipQueryService.get_inheritance_relationships";
    "RelationshipQueryService.get_relationships_by_type" -> "RelationshipQueryService.get_by_type";
    "RelationshipQueryService.print_summary" -> "RelationshipQueryService.relationship_summary";
    "RelationshipQueryService.print_summary" -> "print";
    "RelationshipQueryService.print_summary" -> "sorted";
    "RelationshipQueryService.relationship_exists" -> "RelationshipQueryService.get_all";
    "RelationshipQueryService.relationship_exists" -> "any";
    "RelationshipQueryService.relationship_summary" -> "Counter";
    "RelationshipQueryService.relationship_summary" -> "RelationshipQueryService.get_all";
    "RelationshipQueryService.relationship_summary" -> "dict";
    "RelationshipRepository.add_relationship" -> "RelationshipRepository.append";
    "RelationshipRepository.count" -> "len";
    "ReportFormatter.print_boundary_cases" -> "ReportFormatter.print_heading";
    "ReportFormatter.print_boundary_cases" -> "print";
    "ReportFormatter.print_decision_tables" -> "ReportFormatter.print_heading";
    "ReportFormatter.print_decision_tables" -> "print";
    "ReportFormatter.print_heading" -> "print";
    "ReportFormatter.print_scenarios" -> "ReportFormatter.items";
    "ReportFormatter.print_scenarios" -> "ReportFormatter.print_heading";
    "ReportFormatter.print_scenarios" -> "enumerate";
    "ReportFormatter.print_scenarios" -> "print";
    "ScenarioGenerator.generate" -> "Scenario";
    "ScenarioGenerator.generate" -> "ScenarioGenerator.append";
    "ScenarioGenerator.generate" -> "ScenarioGenerator.items";
    "ScenarioGenerator.generate" -> "ScenarioGenerator.lower";
    "SearchService.__init__" -> "ClassRepository";
    "SearchService.__init__" -> "FunctionRepository";
    "SearchService.__init__" -> "MethodRepository";
    "SearchService.find_class" -> "SearchService.find_by_name";
    "SearchService.get_functions" -> "SearchService.get_all";
    "SearchService.get_methods" -> "SearchService.get_all";
    "TestCaseEngine.generate" -> "TestCase";
    "TestCaseEngine.generate" -> "TestCaseEngine.append";
    "TestCaseEngine.generate" -> "enumerate";
    "TestCaseGenerator.generate" -> "TestCase";
    "TestCaseGenerator.generate" -> "TestCaseGenerator.append";
    "TestCaseGenerator.generate" -> "TestCaseGenerator.get";
    "TestCaseRepository.save" -> "TestCaseRepository.dump";
    "TestCaseRepository.save" -> "asdict";
    "TestCaseRepository.save" -> "len";
    "TestCaseRepository.save" -> "open";
    "TestCaseRepository.save" -> "print";
    "TestCaseService.__init__" -> "TestCaseEngine";
    "TestCaseService.__init__" -> "TestCaseRepository";
    "TestCaseService.generate_test_cases" -> "TestCaseService.generate";
    "TestCaseService.generate_test_cases" -> "TestCaseService.save";
    "TestDataGenerator.generate" -> "TestData";
    "TestDataGenerator.generate" -> "TestDataGenerator.lower";
    "TestDesignEngine.__init__" -> "ConditionGenerator";
    "TestDesignEngine.__init__" -> "CoverageAnalyzer";
    "TestDesignEngine.__init__" -> "ScenarioGenerator";
    "TestDesignEngine.__init__" -> "TestCaseGenerator";
    "TestDesignEngine.__init__" -> "TestDataGenerator";
    "TestDesignEngine.generate" -> "TestDesignEngine.analyze";
    "TestDesignEngine.generate" -> "TestDesignEngine.append";
    "TestDesignEngine.generate" -> "TestDesignEngine.items";
    "TestDesignEngine.generate" -> "print";
    "UserService.__init__" -> "Logger";
    "UserService.__init__" -> "Repository";
    "VariableVisitor.__init__" -> "super";
    "analyze_impact" -> "enumerate";
    "analyze_impact" -> "get";
    "analyze_impact" -> "len";
    "analyze_impact" -> "print";
    "analyze_impact" -> "semantic_search";
    "analyze_requirement" -> "append";
    "analyze_requirement" -> "len";
    "analyze_requirement" -> "lower";
    "ask_llm" -> "chat";
    "ask_requirement_assistant" -> "ask_llm";
    "ask_requirement_assistant" -> "build_context";
    "ask_requirement_assistant" -> "build_prompt";
    "ask_requirement_assistant" -> "enumerate";
    "ask_requirement_assistant" -> "len";
    "ask_requirement_assistant" -> "print";
    "ask_requirement_assistant" -> "range";
    "ask_requirement_assistant" -> "retrieve_context";
    "build_context" -> "join";
    "build_prompt" -> "join";
    "build_relationship_graph" -> "append";
    "build_relationship_graph" -> "defaultdict";
    "build_relationship_graph" -> "dict";
    "classify_requirement" -> "any";
    "classify_requirement" -> "append";
    "classify_requirement" -> "lower";
    "extract_metadata" -> "any";
    "extract_metadata" -> "lower";
    "find_by_keyword" -> "lower";
    "find_by_product" -> "upper";
    "find_by_type" -> "upper";
    "format_datetime" -> "strftime";
    "generate_acceptance_criteria" -> "append";
    "generate_acceptance_criteria" -> "lower";
    "get_children" -> "get";
    "get_vector_db" -> "Chroma";
    "get_vector_db" -> "HuggingFaceEmbeddings";
    "load_requirements" -> "Path";
    "load_requirements" -> "Requirement";
    "load_requirements" -> "append";
    "load_requirements" -> "extend";
    "load_requirements" -> "get";
    "load_requirements" -> "isinstance";
    "load_requirements" -> "keys";
    "load_requirements" -> "open";
    "load_requirements" -> "rglob";
    "load_requirements" -> "safe_load";
    "load_requirements" -> "split";
    "load_requirements" -> "strip";
    "main" -> "AdvancedArchitectureAnalysisService";
    "main" -> "AdvancedArchitectureReport";
    "main" -> "ArchitectureMetricsReport";
    "main" -> "ArchitectureMetricsService";
    "main" -> "BoundaryValueGenerator";
    "main" -> "ClassBuilder";
    "main" -> "ClassDependencyAnalysisService";
    "main" -> "ClassDependencyReport";
    "main" -> "ClassVisitor";
+     "main" -> "CodeIntelligenceQueryReport";
+     "main" -> "CodeIntelligenceQueryService";
    "main" -> "CodeModel";
    "main" -> "CodeModelBuilder";
    "main" -> "CodeRepository";
    "main" -> "CodeService";
    "main" -> "DecisionTableGenerator";
    "main" -> "DependencyAnalysisService";
    "main" -> "DependencyReport";
    "main" -> "DependencyService";
    "main" -> "DependencyVisualizationService";
    "main" -> "FunctionBuilder";
    "main" -> "FunctionVisitor";
    "main" -> "GraphTraversalReport";
    "main" -> "GraphTraversalService";
    "main" -> "ImpactAnalysisReport";
    "main" -> "ImpactAnalysisService";
    "main" -> "ImportVisitor";
    "main" -> "MethodBuilder";
    "main" -> "MethodVisitor";
    "main" -> "ModuleBuilder";
    "main" -> "Path";
    "main" -> "ProjectAnalysisService";
    "main" -> "PythonASTParser";
    "main" -> "RelationshipQueryReport";
    "main" -> "RelationshipQueryService";
    "main" -> "ReportFormatter";
    "main" -> "Requirement";
    "main" -> "SearchService";
    "main" -> "TestDesignEngine";
    "main" -> "analyze";
    "main" -> "analyze_impact";
    "main" -> "analyze_project";
    "main" -> "append";
    "main" -> "build_class";
    "main" -> "build_code";
    "main" -> "build_function";
    "main" -> "build_method";
    "main" -> "build_module";
    "main" -> "enumerate";
    "main" -> "export_all";
    "main" -> "find_class";
    "main" -> "generate";
    "main" -> "get";
    "main" -> "get_code_model";
    "main" -> "get_dependencies";
    "main" -> "get_functions";
    "main" -> "get_methods";
    "main" -> "input";
    "main" -> "items";
    "main" -> "len";
    "main" -> "load";
    "main" -> "parse";
    "main" -> "print";
    "main" -> "print_boundary_cases";
    "main" -> "print_decision_tables";
    "main" -> "print_report";
    "main" -> "print_scenarios";
    "main" -> "save";
    "main" -> "sorted";
    "main" -> "visit";
    "print_graph" -> "items";
    "print_graph" -> "print";
    "retrieve_context" -> "encode";
    "retrieve_context" -> "get_vector_db";
    "retrieve_context" -> "query";
    "retrieve_context" -> "similarity_search";
    "retrieve_context" -> "tolist";
    "semantic_search" -> "encode";
    "semantic_search" -> "query";
    "semantic_search" -> "tolist";
    "src/ic01/ac_generator.py" -> "models";
    "src/ic01/archive/temp_rag_assistant.py" -> "langchain_chroma";
    "src/ic01/archive/temp_rag_assistant.py" -> "langchain_huggingface";
    "src/ic01/archive/temp_rag_assistant.py" -> "ollama";
    "src/ic01/archive/tempmain.py" -> "loader";
    "src/ic01/classifier.py" -> "models";
    "src/ic01/impact_analysis.py" -> "vector_store";
    "src/ic01/loader.py" -> "models";
    "src/ic01/loader.py" -> "pathlib";
    "src/ic01/loader.py" -> "yaml";
    "src/ic01/main.py" -> "loader";
    "src/ic01/main.py" -> "search";
    "src/ic01/metadata.py" -> "models";
    "src/ic01/models.py" -> "dataclasses";
    "src/ic01/models.py" -> "typing";
    "src/ic01/rag_assistant.py" -> "chromadb";
    "src/ic01/rag_assistant.py" -> "ollama";
    "src/ic01/rag_assistant.py" -> "sentence_transformers";
    "src/ic01/relationships.py" -> "collections";
    "src/ic01/search.py" -> "models";
    "src/ic01/search_vector.py" -> "vector_store";
    "src/ic01/summarizer.py" -> "models";
    "src/ic01/test_vector_store.py" -> "loader";
    "src/ic01/test_vector_store.py" -> "vector_store";
    "src/ic01/vector_store.py" -> "chromadb";
    "src/ic01/vector_store.py" -> "sentence_transformers";
    "src/ic01/vector_store.py" -> "vector_store";
    "src/ic02/boundary_detector.py" -> "boundary_models";
    "src/ic02/boundary_detector.py" -> "re";
    "src/ic02/boundary_detector.py" -> "typing";
    "src/ic02/boundary_exporter.py" -> "boundary_models";
    "src/ic02/boundary_exporter.py" -> "dataclasses";
    "src/ic02/boundary_exporter.py" -> "json";
    "src/ic02/boundary_exporter.py" -> "pathlib";
    "src/ic02/boundary_models.py" -> "dataclasses";
    "src/ic02/boundary_models.py" -> "typing";
    "src/ic02/boundary_rules.py" -> "boundary_models";
    "src/ic02/boundary_rules.py" -> "typing";
    "src/ic02/boundary_value_generator.py" -> "boundary_detector";
    "src/ic02/boundary_value_generator.py" -> "boundary_exporter";
    "src/ic02/boundary_value_generator.py" -> "boundary_models";
    "src/ic02/boundary_value_generator.py" -> "boundary_rules";
    "src/ic02/engine/test_design_engine.py" -> "src.ic02.analyzers.coverage_analyzer";
    "src/ic02/engine/test_design_engine.py" -> "src.ic02.generators.condition_generator";
    "src/ic02/engine/test_design_engine.py" -> "src.ic02.generators.scenario_generator";
    "src/ic02/engine/test_design_engine.py" -> "src.ic02.generators.test_data_generator";
    "src/ic02/engine/test_design_engine.py" -> "src.ic02.generators.testcase_generator";
    "src/ic02/engine/test_design_engine.py" -> "src.ic02.models.requirement";
    "src/ic02/generators/boundary_value_generator.py" -> "re";
    "src/ic02/generators/boundary_value_generator.py" -> "src.ic02.models.boundary_model";
    "src/ic02/generators/boundary_value_generator.py" -> "src.ic02.repositories.boundary_repository";
    "src/ic02/generators/condition_generator.py" -> "src.ic02.data.condition_repository";
    "src/ic02/generators/condition_generator.py" -> "src.ic02.models.scenario";
    "src/ic02/generators/condition_generator.py" -> "src.ic02.models.test_condition";
    "src/ic02/generators/condition_generator.py" -> "typing";
    "src/ic02/generators/decision_table_generator.py" -> "src.ic02.models.decision_table_model";
    "src/ic02/generators/decision_table_generator.py" -> "src.ic02.repositories.decision_table_repository";
    "src/ic02/generators/scenario_generator.py" -> "src.ic02.data.scenario_repository";
    "src/ic02/generators/scenario_generator.py" -> "src.ic02.models.requirement";
    "src/ic02/generators/scenario_generator.py" -> "src.ic02.models.scenario";
    "src/ic02/generators/scenario_generator.py" -> "typing";
    "src/ic02/generators/test_case_engine.py" -> "src.ic02.models";
    "src/ic02/generators/test_case_engine.py" -> "typing";
    "src/ic02/generators/test_data_generator.py" -> "src.ic02.models.test_data";
    "src/ic02/generators/testcase_generator.py" -> "src.ic02.data.testcase_repository";
    "src/ic02/generators/testcase_generator.py" -> "src.ic02.models.test_case";
    "src/ic02/generators/testcase_generator.py" -> "src.ic02.models.test_condition";
    "src/ic02/generators/testcase_generator.py" -> "typing";
    "src/ic02/main.py" -> "src.ic02.engine.test_design_engine";
    "src/ic02/main.py" -> "src.ic02.formatters.report_formatter";
    "src/ic02/main.py" -> "src.ic02.generators.boundary_value_generator";
    "src/ic02/main.py" -> "src.ic02.generators.decision_table_generator";
    "src/ic02/main.py" -> "src.ic02.models.requirement";
    "src/ic02/main2.py" -> "src.ic02.engine.test_design_engine";
    "src/ic02/main2.py" -> "src.ic02.generators.boundary_value_generator";
    "src/ic02/main2.py" -> "src.ic02.models.requirement";
    "src/ic02/models/boundary_model.py" -> "dataclasses";
    "src/ic02/models/decision_table_model.py" -> "dataclasses";
    "src/ic02/models/decision_table_model.py" -> "typing";
    "src/ic02/models/requirement.py" -> "dataclasses";
    "src/ic02/models/requirement.py" -> "typing";
    "src/ic02/models/scenario.py" -> "dataclasses";
    "src/ic02/models/test_case.py" -> "dataclasses";
    "src/ic02/models/test_case.py" -> "typing";
    "src/ic02/models/test_condition.py" -> "dataclasses";
    "src/ic02/models/test_data.py" -> "dataclasses";
    "src/ic02/models/test_data.py" -> "typing";
    "src/ic02/repositories/boundary_repository.py" -> "src.ic02.models.boundary_model";
    "src/ic02/repositories/boundary_repository.py" -> "typing";
    "src/ic02/repositories/decision_table_repository.py" -> "src.ic02.models.decision_table_model";
    "src/ic02/repositories/decision_table_repository.py" -> "typing";
    "src/ic02/repositories/test_case_repository.py" -> "dataclasses";
    "src/ic02/repositories/test_case_repository.py" -> "json";
    "src/ic02/repositories/test_case_repository.py" -> "src.ic02.models";
    "src/ic02/repositories/test_case_repository.py" -> "typing";
    "src/ic02/services/test_case_service.py" -> "src.ic02.generators.test_case_engine";
    "src/ic02/services/test_case_service.py" -> "src.ic02.models";
    "src/ic02/services/test_case_service.py" -> "src.ic02.repositories.test_case_repository";
    "src/ic02/services/test_case_service.py" -> "typing";
    "src/ic02/test_boundary_generator.py" -> "boundary_value_generator";
    "src/ic03/analyzers/inheritance_builder.py" -> "collections";
    "src/ic03/analyzers/inheritance_builder.py" -> "src.ic03.models.class_model";
    "src/ic03/builders/class_builder.py" -> "models.class_model";
    "src/ic03/builders/class_dependency_builder.py" -> "parsers.python_ast_parser";
    "src/ic03/builders/class_dependency_builder.py" -> "pathlib";
    "src/ic03/builders/class_dependency_builder.py" -> "repository.dependency_repository";
    "src/ic03/builders/class_dependency_builder.py" -> "visitors.class_dependency_visitor";
    "src/ic03/builders/code_builder.py" -> "models.code_model";
    "src/ic03/builders/dependency_builder.py" -> "ast";
    "src/ic03/builders/dependency_builder.py" -> "pathlib";
    "src/ic03/builders/dependency_builder.py" -> "src.ic03.repository.dependency_repository";
    "src/ic03/builders/dependency_builder.py" -> "src.ic03.visitors.import_visitor";
    "src/ic03/builders/function_builder.py" -> "models.function_model";
    "src/ic03/builders/method_builder.py" -> "models.method_model";
    "src/ic03/builders/module_builder.py" -> "src.ic03.models.module_model";
    "src/ic03/config.py" -> "pathlib";
    "src/ic03/demo_visitors.py" -> "parsers.python_ast_parser";
    "src/ic03/demo_visitors.py" -> "pathlib";
    "src/ic03/demo_visitors.py" -> "visitors.class_visitor";
    "src/ic03/demo_visitors.py" -> "visitors.function_visitor";
    "src/ic03/demo_visitors.py" -> "visitors.import_visitor";
    "src/ic03/demo_visitors.py" -> "visitors.method_visitor";
    "src/ic03/file_scanner.py" -> "config";
    "src/ic03/file_scanner.py" -> "datetime";
    "src/ic03/file_scanner.py" -> "models.source_file";
    "src/ic03/file_scanner.py" -> "pathlib";
    "src/ic03/interfaces/parser_interface.py" -> "abc";
    "src/ic03/interfaces/parser_interface.py" -> "ast";
    "src/ic03/interfaces/parser_interface.py" -> "pathlib";
    "src/ic03/interfaces/repository_interface.py" -> "abc";
    "src/ic03/interfaces/service_interface.py" -> "abc";
    "src/ic03/main.py" -> "pathlib";
    "src/ic03/main.py" -> "src.ic03.reports.advanced_architecture_report";
    "src/ic03/main.py" -> "src.ic03.reports.architecture_metrics_report";
    "src/ic03/main.py" -> "src.ic03.reports.class_dependency_report";
+     "src/ic03/main.py" -> "src.ic03.reports.code_intelligence_query_report";
    "src/ic03/main.py" -> "src.ic03.reports.dependency_report";
    "src/ic03/main.py" -> "src.ic03.reports.graph_traversal_report";
    "src/ic03/main.py" -> "src.ic03.reports.impact_analysis_report";
    "src/ic03/main.py" -> "src.ic03.reports.relationship_query_report";
    "src/ic03/main.py" -> "src.ic03.services.advanced_architecture_analysis_service";
    "src/ic03/main.py" -> "src.ic03.services.architecture_metrics_service";
    "src/ic03/main.py" -> "src.ic03.services.class_dependency_analysis_service";
+     "src/ic03/main.py" -> "src.ic03.services.code_intelligence_query_service";
    "src/ic03/main.py" -> "src.ic03.services.dependency_analysis_service";
    "src/ic03/main.py" -> "src.ic03.services.dependency_visualization_service";
    "src/ic03/main.py" -> "src.ic03.services.graph_traversal_service";
    "src/ic03/main.py" -> "src.ic03.services.impact_analysis_service";
    "src/ic03/main.py" -> "src.ic03.services.project_analysis_service";
    "src/ic03/main.py" -> "src.ic03.services.relationship_query_service";
    "src/ic03/models/__init__.py" -> "dependency";
    "src/ic03/models/__init__.py" -> "dependency_type";
    "src/ic03/models/class_model.py" -> "dataclasses";
    "src/ic03/models/class_model.py" -> "method_model";
    "src/ic03/models/code_model.py" -> "dataclasses";
    "src/ic03/models/code_model.py" -> "module_model";
    "src/ic03/models/dependency.py" -> "dataclasses";
    "src/ic03/models/dependency_type.py" -> "enum";
    "src/ic03/models/function_model.py" -> "dataclasses";
    "src/ic03/models/method_model.py" -> "dataclasses";
    "src/ic03/models/module_model.py" -> "class_model";
    "src/ic03/models/module_model.py" -> "dataclasses";
    "src/ic03/models/module_model.py" -> "function_model";
    "src/ic03/models/relationship.py" -> "dataclasses";
    "src/ic03/models/relationship_type.py" -> "enum";
    "src/ic03/models/source_file.py" -> "dataclasses";
    "src/ic03/models/source_file.py" -> "datetime";
    "src/ic03/models/source_file.py" -> "pathlib";
    "src/ic03/parsers/python_ast_parser.py" -> "ast";
    "src/ic03/parsers/python_ast_parser.py" -> "pathlib";
    "src/ic03/parsers/python_ast_parser.py" -> "src.ic03.interfaces.parser_interface";
    "src/ic03/project_loader.py" -> "pathlib";
    "src/ic03/reports/class_dependency_report.py" -> "collections";
    "src/ic03/reports/class_dependency_report.py" -> "services.class_dependency_analysis_service";
    "src/ic03/reports/relationship_query_report.py" -> "src.ic03.services.relationship_query_service";
    "src/ic03/repository/class_repository.py" -> "models.class_model";
    "src/ic03/repository/code_repository.py" -> "models.code_model";
    "src/ic03/repository/dependency_repository.py" -> "src.ic03.models.dependency";
    "src/ic03/repository/dependency_repository.py" -> "typing";
    "src/ic03/repository/function_repository.py" -> "models.function_model";
    "src/ic03/repository/method_repository.py" -> "models.method_model";
    "src/ic03/repository/module_repository.py" -> "models.module_model";
    "src/ic03/repository/relationship_repository.py" -> "collections";
    "src/ic03/repository/relationship_repository.py" -> "src.ic03.models.relationship";
    "src/ic03/services/class_dependency_analysis_service.py" -> "builders.class_dependency_builder";
    "src/ic03/services/class_dependency_analysis_service.py" -> "pathlib";
    "src/ic03/services/class_dependency_analysis_service.py" -> "repository.dependency_repository";
    "src/ic03/services/code_service.py" -> "models.code_model";
    "src/ic03/services/code_service.py" -> "repository.code_repository";
    "src/ic03/services/dependency_analysis_service.py" -> "ast";
    "src/ic03/services/dependency_analysis_service.py" -> "collections";
    "src/ic03/services/dependency_analysis_service.py" -> "pathlib";
    "src/ic03/services/dependency_analysis_service.py" -> "src.ic03.analyzers.inheritance_builder";
    "src/ic03/services/dependency_analysis_service.py" -> "src.ic03.builders.dependency_builder";
    "src/ic03/services/dependency_analysis_service.py" -> "src.ic03.models.relationship";
    "src/ic03/services/dependency_analysis_service.py" -> "src.ic03.models.relationship_type";
    "src/ic03/services/dependency_analysis_service.py" -> "src.ic03.repository.dependency_repository";
    "src/ic03/services/dependency_analysis_service.py" -> "src.ic03.repository.relationship_repository";
    "src/ic03/services/dependency_analysis_service.py" -> "src.ic03.visitors.call_graph_visitor";
    "src/ic03/services/dependency_analysis_service.py" -> "src.ic03.visitors.class_visitor";
    "src/ic03/services/dependency_visualization_service.py" -> "pathlib";
    "src/ic03/services/dependency_visualization_service.py" -> "src.ic03.models.relationship_type";
    "src/ic03/services/graph_traversal_service.py" -> "collections";
    "src/ic03/services/project_analysis_service.py" -> "builders.class_builder";
    "src/ic03/services/project_analysis_service.py" -> "builders.code_builder";
    "src/ic03/services/project_analysis_service.py" -> "builders.function_builder";
    "src/ic03/services/project_analysis_service.py" -> "builders.method_builder";
    "src/ic03/services/project_analysis_service.py" -> "builders.module_builder";
    "src/ic03/services/project_analysis_service.py" -> "file_scanner";
    "src/ic03/services/project_analysis_service.py" -> "parsers.python_ast_parser";
    "src/ic03/services/project_analysis_service.py" -> "project_loader";
    "src/ic03/services/project_analysis_service.py" -> "repository.class_repository";
    "src/ic03/services/project_analysis_service.py" -> "repository.code_repository";
    "src/ic03/services/project_analysis_service.py" -> "repository.function_repository";
    "src/ic03/services/project_analysis_service.py" -> "repository.method_repository";
    "src/ic03/services/project_analysis_service.py" -> "repository.module_repository";
    "src/ic03/services/project_analysis_service.py" -> "visitors.class_visitor";
    "src/ic03/services/project_analysis_service.py" -> "visitors.function_visitor";
    "src/ic03/services/project_analysis_service.py" -> "visitors.import_visitor";
    "src/ic03/services/project_analysis_service.py" -> "visitors.method_visitor";
    "src/ic03/services/relationship_query_service.py" -> "collections";
    "src/ic03/services/relationship_query_service.py" -> "src.ic03.models.relationship_type";
    "src/ic03/services/relationship_query_service.py" -> "src.ic03.repository.relationship_repository";
    "src/ic03/services/search_service.py" -> "repository.class_repository";
    "src/ic03/services/search_service.py" -> "repository.function_repository";
    "src/ic03/services/search_service.py" -> "repository.method_repository";
    "src/ic03/services/temp_das.py" -> "ast";
    "src/ic03/services/temp_das.py" -> "collections";
    "src/ic03/services/temp_das.py" -> "pathlib";
    "src/ic03/services/temp_das.py" -> "src.ic03.analyzers.inheritance_builder";
    "src/ic03/services/temp_das.py" -> "src.ic03.builders.dependency_builder";
    "src/ic03/services/temp_das.py" -> "src.ic03.models.relationship";
    "src/ic03/services/temp_das.py" -> "src.ic03.models.relationship_type";
    "src/ic03/services/temp_das.py" -> "src.ic03.repository.dependency_repository";
    "src/ic03/services/temp_das.py" -> "src.ic03.repository.relationship_repository";
    "src/ic03/services/temp_das.py" -> "src.ic03.visitors.call_graph_visitor";
    "src/ic03/services/temp_das.py" -> "src.ic03.visitors.class_visitor";
    "src/ic03/temp_main.py" -> "pathlib";
+     "src/ic03/temp_main.py" -> "src.ic03.reports.advanced_architecture_report";
    "src/ic03/temp_main.py" -> "src.ic03.reports.architecture_metrics_report";
    "src/ic03/temp_main.py" -> "src.ic03.reports.class_dependency_report";
    "src/ic03/temp_main.py" -> "src.ic03.reports.dependency_report";
    "src/ic03/temp_main.py" -> "src.ic03.reports.graph_traversal_report";
    "src/ic03/temp_main.py" -> "src.ic03.reports.impact_analysis_report";
    "src/ic03/temp_main.py" -> "src.ic03.reports.relationship_query_report";
+     "src/ic03/temp_main.py" -> "src.ic03.services.advanced_architecture_analysis_service";
    "src/ic03/temp_main.py" -> "src.ic03.services.architecture_metrics_service";
    "src/ic03/temp_main.py" -> "src.ic03.services.class_dependency_analysis_service";
    "src/ic03/temp_main.py" -> "src.ic03.services.dependency_analysis_service";
    "src/ic03/temp_main.py" -> "src.ic03.services.dependency_visualization_service";
    "src/ic03/temp_main.py" -> "src.ic03.services.graph_traversal_service";
    "src/ic03/temp_main.py" -> "src.ic03.services.impact_analysis_service";
    "src/ic03/temp_main.py" -> "src.ic03.services.project_analysis_service";
    "src/ic03/temp_main.py" -> "src.ic03.services.relationship_query_service";
    "src/ic03/tests/test_project_analysis_service.py" -> "services.project_analysis_service";
    "src/ic03/tests/test_repository.py" -> "models.code_model";
    "src/ic03/tests/test_repository.py" -> "repository.code_repository";
    "src/ic03/tests/test_services.py" -> "models.code_model";
    "src/ic03/tests/test_services.py" -> "services.code_service";
    "src/ic03/tests/test_services.py" -> "services.dependency_service";
    "src/ic03/tests/test_services.py" -> "services.search_service";
    "src/ic03/tests/test_visitors.py" -> "builders.class_builder";
    "src/ic03/tests/test_visitors.py" -> "builders.function_builder";
    "src/ic03/tests/test_visitors.py" -> "pathlib";
    "src/ic03/tests/test_visitors.py" -> "src.ic03.builders.code_builder";
    "src/ic03/tests/test_visitors.py" -> "src.ic03.builders.method_builder";
    "src/ic03/tests/test_visitors.py" -> "src.ic03.builders.module_builder";
    "src/ic03/tests/test_visitors.py" -> "src.ic03.parsers.python_ast_parser";
    "src/ic03/tests/test_visitors.py" -> "src.ic03.visitors.class_visitor";
    "src/ic03/tests/test_visitors.py" -> "src.ic03.visitors.function_visitor";
    "src/ic03/tests/test_visitors.py" -> "src.ic03.visitors.import_visitor";
    "src/ic03/tests/test_visitors.py" -> "src.ic03.visitors.method_visitor";
    "src/ic03/utils.py" -> "datetime";
    "src/ic03/visitors/annotation_visitor.py" -> "base_visitor";
    "src/ic03/visitors/assignment_visitor.py" -> "base_visitor";
    "src/ic03/visitors/base_visitor.py" -> "ast";
    "src/ic03/visitors/call_graph_visitor.py" -> "ast";
    "src/ic03/visitors/call_graph_visitor.py" -> "base_visitor";
    "src/ic03/visitors/call_graph_visitor.py" -> "models.dependency";
    "src/ic03/visitors/call_graph_visitor.py" -> "models.dependency_type";
    "src/ic03/visitors/class_dependency_visitor.py" -> "ast";
    "src/ic03/visitors/class_dependency_visitor.py" -> "base_visitor";
    "src/ic03/visitors/class_dependency_visitor.py" -> "models.dependency";
    "src/ic03/visitors/class_dependency_visitor.py" -> "models.dependency_type";
    "src/ic03/visitors/class_visitor.py" -> "ast";
    "src/ic03/visitors/class_visitor.py" -> "base_visitor";
    "src/ic03/visitors/class_visitor.py" -> "src.ic03.models.class_model";
    "src/ic03/visitors/complexity_visitor.py" -> "base_visitor";
    "src/ic03/visitors/dependency_visitor.py" -> "base_visitor";
    "src/ic03/visitors/docstring_visitor.py" -> "base_visitor";
    "src/ic03/visitors/exception_visitor.py" -> "visitors.base_visitor";
    "src/ic03/visitors/function_visitor.py" -> "base_visitor";
    "src/ic03/visitors/import_visitor.py" -> "ast";
    "src/ic03/visitors/import_visitor.py" -> "base_visitor";
    "src/ic03/visitors/import_visitor.py" -> "src.ic03.models.dependency";
    "src/ic03/visitors/import_visitor.py" -> "src.ic03.models.dependency_type";
    "src/ic03/visitors/inheritance_visitor.py" -> "ast";
    "src/ic03/visitors/inheritance_visitor.py" -> "base_visitor";
    "src/ic03/visitors/inheritance_visitor.py" -> "models.dependency";
    "src/ic03/visitors/inheritance_visitor.py" -> "models.dependency_type";
    "src/ic03/visitors/method_visitor.py" -> "ast";
    "src/ic03/visitors/method_visitor.py" -> "base_visitor";
    "src/ic03/visitors/variable_visitor.py" -> "base_visitor";
    "store_requirement" -> "add";
    "store_requirement" -> "encode";
    "store_requirement" -> "tolist";
    "summarize_requirement" -> "len";
    "test_age_boundary" -> "BoundaryValueGenerator";
    "test_age_boundary" -> "generate";
    "test_age_boundary" -> "len";
    "test_age_boundary" -> "print";
    "test_password_boundary" -> "BoundaryValueGenerator";
    "test_password_boundary" -> "generate";
    "test_password_boundary" -> "len";
    "test_password_boundary" -> "print";
    "test_quantity_boundary" -> "BoundaryValueGenerator";
    "test_quantity_boundary" -> "generate";
    "test_quantity_boundary" -> "len";
    "test_quantity_boundary" -> "print";
}
